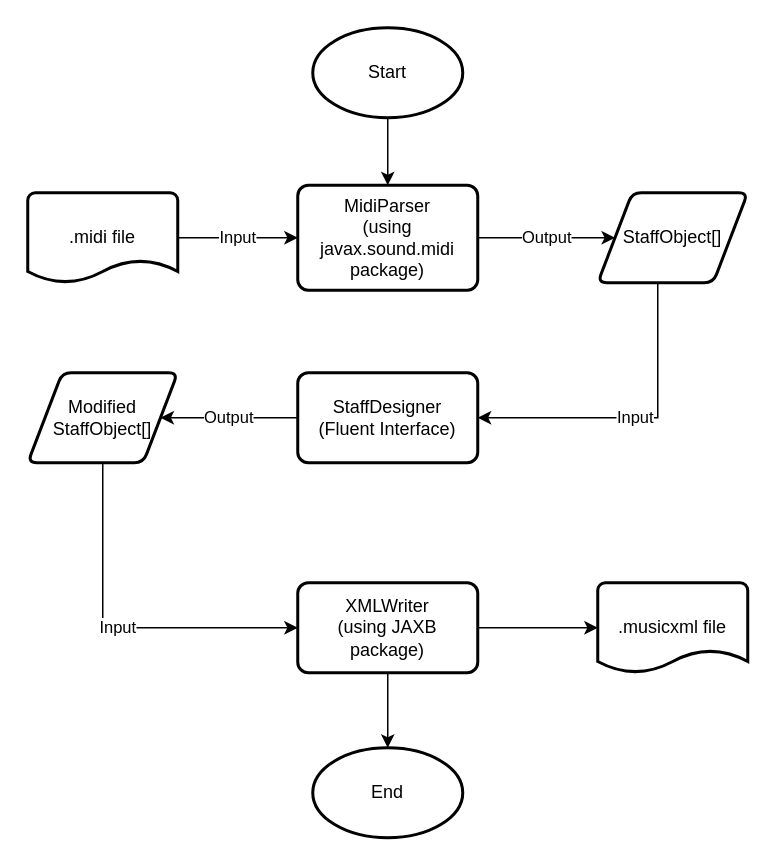
The draw.io diagram docs/flowcharts/1 overview.drawio in Bingergie/midi2musicxml, before the edit. Source tidied: cells renumbered, new cells numbered last; positions are measured from the earlier drawing's top-left corner, leaving out a move shared by most shapes. Both pictures are drawn from the tidied source at 150%, with x=0, y=0 at pixel (27, 27).
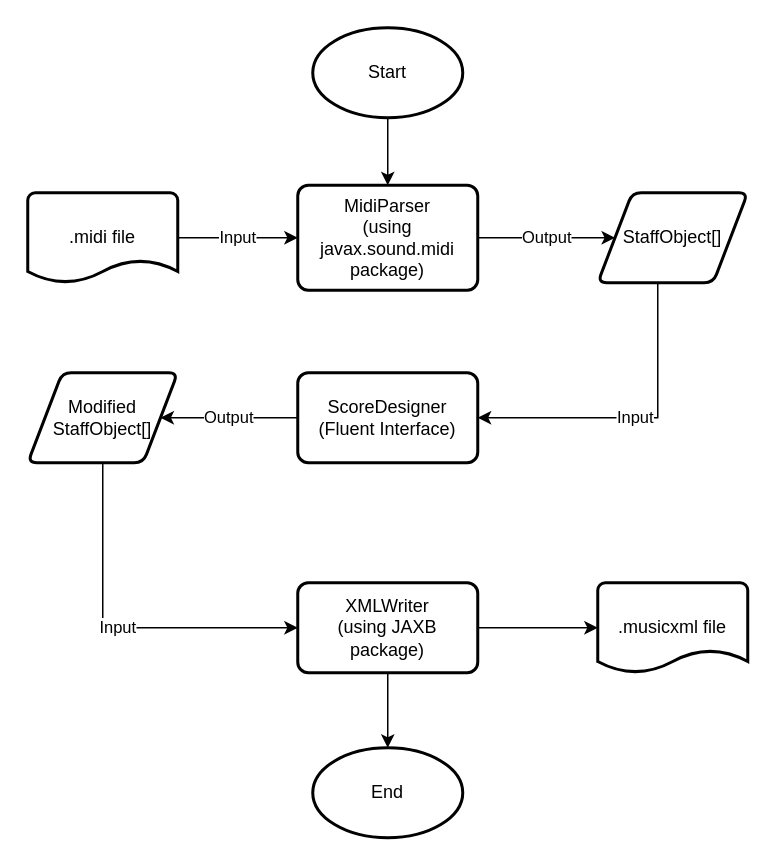
Above is the later version.

Diff of the diagram source:
```diff
@@
-    <mxCell id="11" value="StaffDesigner&lt;div&gt;(Fluent Interface)&lt;/div&gt;" style="whiteSpace=wrap;html=1;rounded=1;absoluteArcSize=1;arcSize=14;strokeWidth=2;" parent="1" vertex="1">
+    <mxCell id="11" value="ScoreDesigner&lt;div&gt;(Fluent Interface)&lt;/div&gt;" style="whiteSpace=wrap;html=1;rounded=1;absoluteArcSize=1;arcSize=14;strokeWidth=2;" parent="1" vertex="1">
       <mxGeometry x="180" y="230" width="120" height="60" as="geometry" />
     </mxCell>
```
